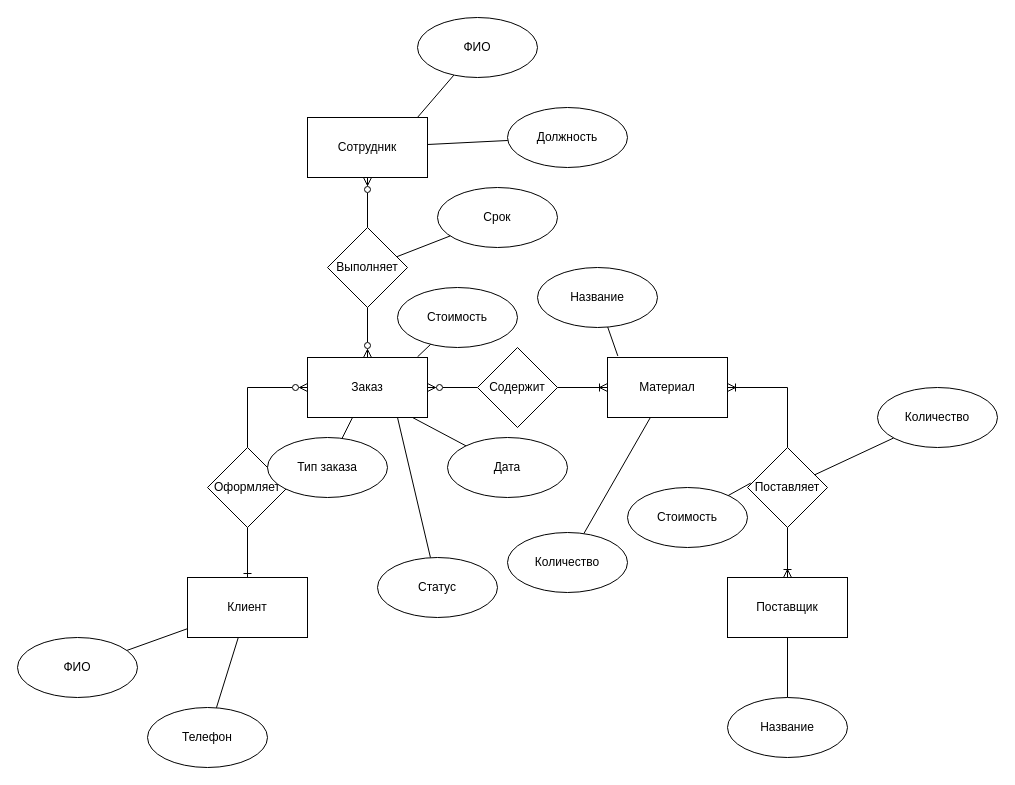
Above: Chen-Notation.drawio in Denka88/Practice (draw.io), before the change. Source tidied: cells renumbered, new cells numbered last; positions are measured from the earlier drawing's top-left corner, leaving out a move shared by most shapes. Both pictures are drawn from the tidied source at 100%, with x=0, y=0 at pixel (17, 17).
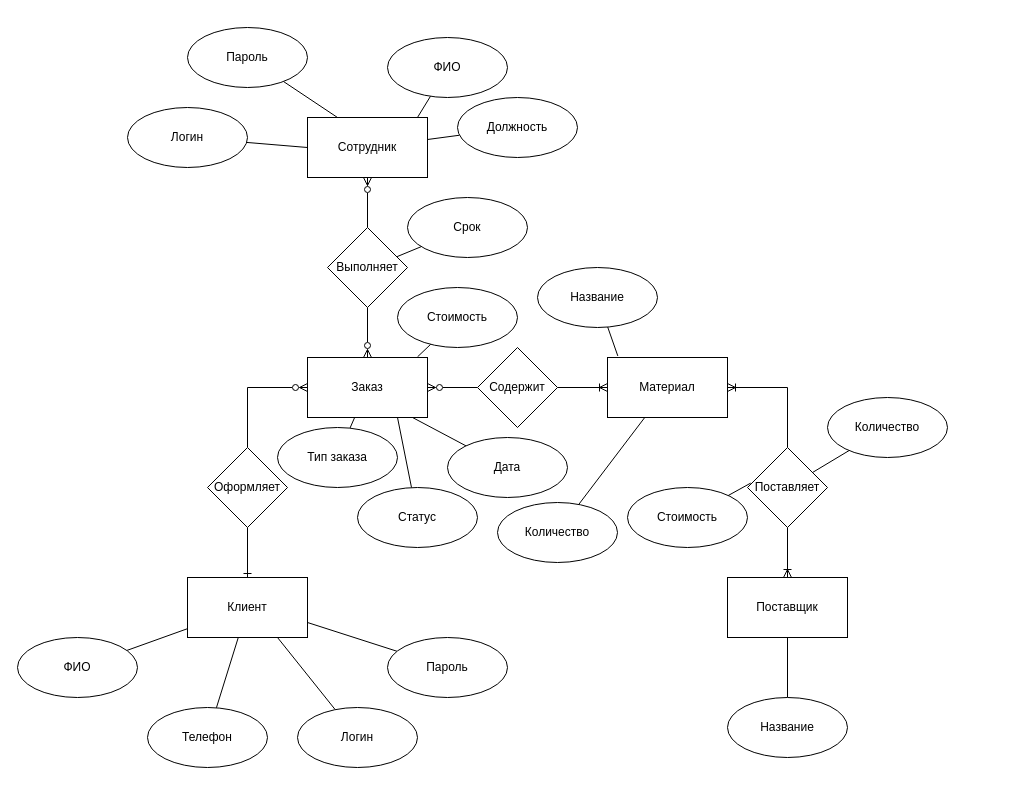
Above is the later version.

The change refers to these unchanged cells:
```xml
<mxCell id="2" value="Клиент" style="rounded=0;whiteSpace=wrap;html=1;" parent="1" vertex="1">
  <mxGeometry x="170" y="560" width="120" height="60" as="geometry" />
</mxCell>
<mxCell id="4" value="Сотрудник" style="rounded=0;whiteSpace=wrap;html=1;" parent="1" vertex="1">
  <mxGeometry x="290" y="100" width="120" height="60" as="geometry" />
</mxCell>
```

The edit, as a diff of the source:
```diff
@@
     <mxCell id="26" value="Тип заказа" style="ellipse;whiteSpace=wrap;html=1;" parent="1" vertex="1">
-      <mxGeometry x="250" y="420" width="120" height="60" as="geometry" />
+      <mxGeometry x="260" y="410" width="120" height="60" as="geometry" />
     </mxCell>
     <mxCell id="27" value="ФИО" style="ellipse;whiteSpace=wrap;html=1;" parent="1" vertex="1">
-      <mxGeometry x="400" width="120" height="60" as="geometry" />
+      <mxGeometry x="370" y="20" width="120" height="60" as="geometry" />
     </mxCell>
@@
     <mxCell id="30" value="Должность" style="ellipse;whiteSpace=wrap;html=1;" parent="1" vertex="1">
-      <mxGeometry x="490" y="90" width="120" height="60" as="geometry" />
+      <mxGeometry x="440" y="80" width="120" height="60" as="geometry" />
     </mxCell>
     <mxCell id="31" value="Срок" style="ellipse;whiteSpace=wrap;html=1;" parent="1" vertex="1">
-      <mxGeometry x="420" y="170" width="120" height="60" as="geometry" />
+      <mxGeometry x="390" y="180" width="120" height="60" as="geometry" />
     </mxCell>
@@
     <mxCell id="36" value="Количество" style="ellipse;whiteSpace=wrap;html=1;" parent="1" vertex="1">
-      <mxGeometry x="860" y="370" width="120" height="60" as="geometry" />
+      <mxGeometry x="810" y="380" width="120" height="60" as="geometry" />
     </mxCell>
@@
     <mxCell id="42" value="Количество" style="ellipse;whiteSpace=wrap;html=1;" parent="1" vertex="1">
-      <mxGeometry x="490" y="515" width="120" height="60" as="geometry" />
+      <mxGeometry x="480" y="485" width="120" height="60" as="geometry" />
     </mxCell>
@@
     <mxCell id="46" value="Статус" style="ellipse;whiteSpace=wrap;html=1;" parent="1" vertex="1">
-      <mxGeometry x="360" y="540" width="120" height="60" as="geometry" />
+      <mxGeometry x="340" y="470" width="120" height="60" as="geometry" />
     </mxCell>
+    <mxCell id="47" style="rounded=0;jettySize=auto;html=1;entryX=0.75;entryY=1;entryDx=0;entryDy=0;endArrow=none;endFill=0;" parent="1" edge="1" source="48" target="2">
+      <mxGeometry relative="1" as="geometry" />
+    </mxCell>
+    <mxCell id="48" value="Логин" style="ellipse;whiteSpace=wrap;html=1;" parent="1" vertex="1">
+      <mxGeometry x="280" y="690" width="120" height="60" as="geometry" />
+    </mxCell>
+    <mxCell id="49" style="rounded=0;jettySize=auto;html=1;entryX=1;entryY=0.75;entryDx=0;entryDy=0;endArrow=none;endFill=0;" parent="1" edge="1" source="50" target="2">
+      <mxGeometry relative="1" as="geometry" />
+    </mxCell>
+    <mxCell id="50" value="Пароль" style="ellipse;whiteSpace=wrap;html=1;" parent="1" vertex="1">
+      <mxGeometry x="370" y="620" width="120" height="60" as="geometry" />
+    </mxCell>
+    <mxCell id="51" style="rounded=0;jettySize=auto;html=1;entryX=0;entryY=0.5;entryDx=0;entryDy=0;endArrow=none;endFill=0;" parent="1" edge="1" source="52" target="4">
+      <mxGeometry relative="1" as="geometry" />
+    </mxCell>
+    <mxCell id="52" value="Логин" style="ellipse;whiteSpace=wrap;html=1;" parent="1" vertex="1">
+      <mxGeometry x="110" y="90" width="120" height="60" as="geometry" />
+    </mxCell>
+    <mxCell id="53" style="rounded=0;jettySize=auto;html=1;entryX=0.25;entryY=0;entryDx=0;entryDy=0;endArrow=none;endFill=0;" parent="1" edge="1" source="54" target="4">
+      <mxGeometry relative="1" as="geometry" />
+    </mxCell>
+    <mxCell id="54" value="Пароль" style="ellipse;whiteSpace=wrap;html=1;" parent="1" vertex="1">
+      <mxGeometry x="170" y="10" width="120" height="60" as="geometry" />
+    </mxCell>
```
